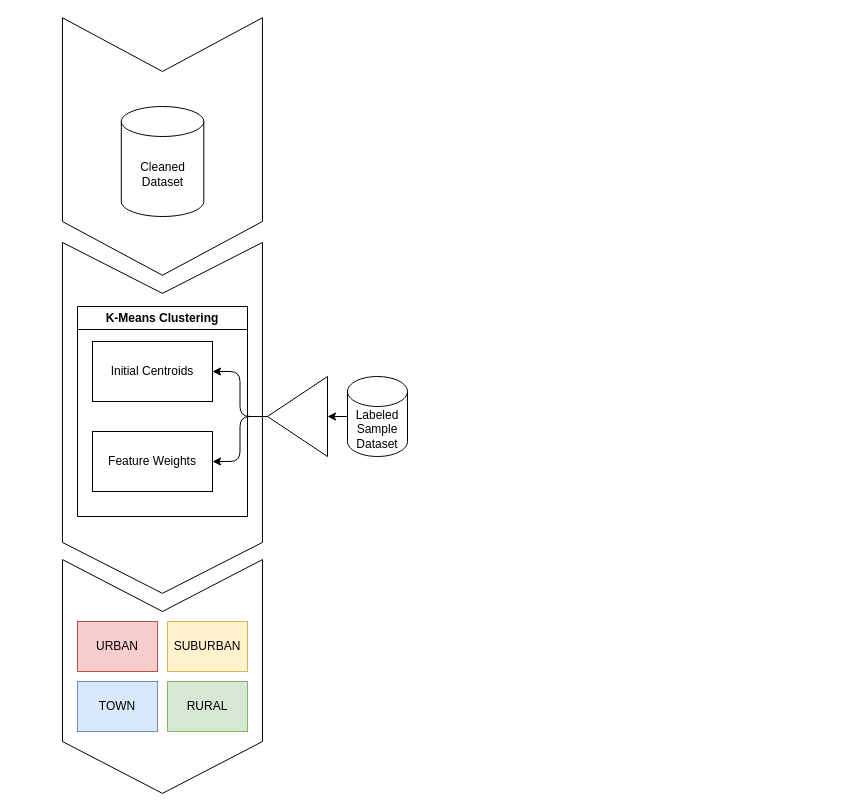
The draw.io diagram Thesis/Text/Diagrams/drawio/implementation/clustering_pipeline.drawio in NeYoNmoos/FHV-Infeo_Bachelor_Thesis, before the edit. Source tidied: cells renumbered, new cells numbered last; positions are measured from the earlier drawing's top-left corner, leaving out a move shared by most shapes. Both pictures are drawn from the tidied source at 100%, with x=0, y=0 at pixel (-13, 46).
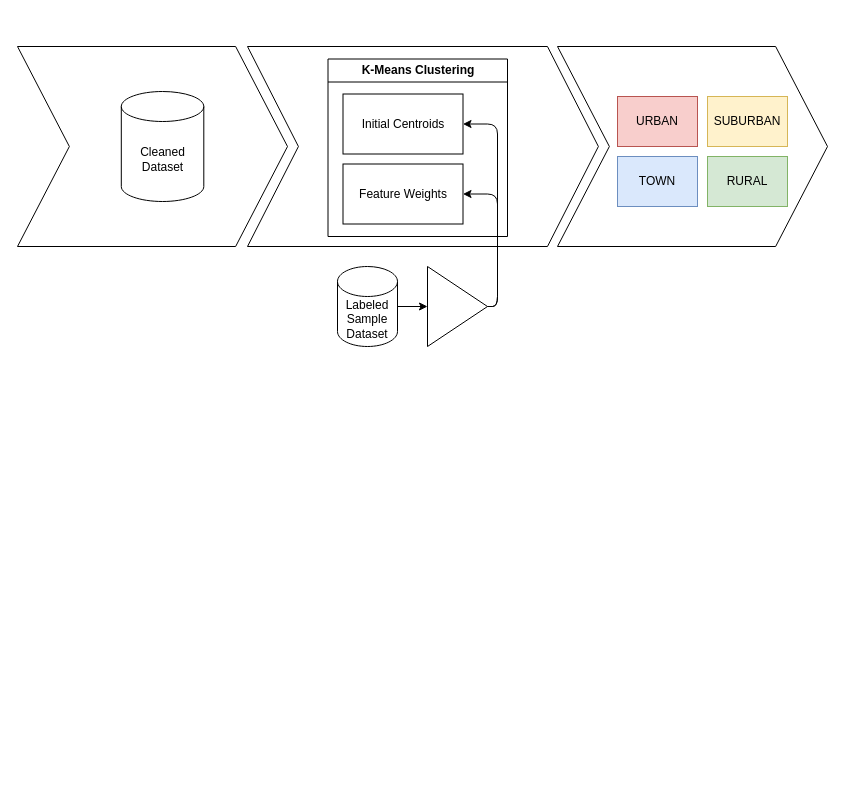
Above is the later version.

What changed in the source:
```diff
@@
 <mxGraphModel>
   <root>
     <mxCell id="0" />
     <mxCell id="1" parent="0" />
-    <mxCell id="2" style="shape=step;perimeter=stepPerimeter;whiteSpace=wrap;html=1;fixedSize=1;rotation=90;size=50.930000000000064;fillColor=none;fontStyle=1;" parent="1" vertex="1">
-      <mxGeometry x="-0.5" y="271.4" width="350.9" height="200" as="geometry" />
+    <mxCell id="2" style="shape=step;perimeter=stepPerimeter;whiteSpace=wrap;html=1;fixedSize=1;rotation=0;size=50.930000000000064;fillColor=none;fontStyle=1;" parent="1" vertex="1">
+      <mxGeometry x="260" width="350.9" height="200" as="geometry" />
     </mxCell>
     <mxCell id="3" value="K-Means Clustering" style="swimlane;whiteSpace=wrap;html=1;" parent="1" vertex="1">
-      <mxGeometry x="90" y="260" width="170" height="210" as="geometry" />
+      <mxGeometry x="340.5" y="12.5" width="179.5" height="177.5" as="geometry" />
     </mxCell>
     <mxCell id="4" value="Feature Weights" style="rounded=0;whiteSpace=wrap;html=1;" parent="3" vertex="1">
-      <mxGeometry x="15" y="125" width="120" height="60" as="geometry" />
+      <mxGeometry x="15" y="105" width="120" height="60" as="geometry" />
     </mxCell>
     <mxCell id="5" value="Initial Centroids" style="rounded=0;whiteSpace=wrap;html=1;" parent="3" vertex="1">
       <mxGeometry x="15" y="35" width="120" height="60" as="geometry" />
     </mxCell>
-    <mxCell id="6" style="shape=step;perimeter=stepPerimeter;whiteSpace=wrap;html=1;fixedSize=1;rotation=90;size=53.75;fillColor=none;fontStyle=1;" parent="1" vertex="1">
-      <mxGeometry x="46.2" width="257.5" height="200" as="geometry" />
-    </mxCell>
-    <mxCell id="7" style="shape=step;perimeter=stepPerimeter;whiteSpace=wrap;html=1;fixedSize=1;rotation=90;size=51.86999999999989;fillColor=none;fontStyle=1;" parent="1" vertex="1">
-      <mxGeometry x="58.1" y="530" width="233.8" height="200" as="geometry" />
+    <mxCell id="7" style="shape=step;perimeter=stepPerimeter;whiteSpace=wrap;html=1;fixedSize=1;rotation=0;size=51.86999999999989;fillColor=none;fontStyle=1;" parent="1" vertex="1">
+      <mxGeometry x="570" width="270" height="200" as="geometry" />
     </mxCell>
     <mxCell id="8" style="edgeStyle=none;html=1;exitX=0;exitY=0.5;exitDx=0;exitDy=0;exitPerimeter=0;entryX=0;entryY=0.5;entryDx=0;entryDy=0;" parent="1" edge="1" source="9" target="12">
       <mxGeometry relative="1" as="geometry" />
     </mxCell>
     <mxCell id="9" value="Labeled&lt;div&gt;Sample&lt;/div&gt;&lt;div&gt;Dataset&lt;/div&gt;" style="shape=cylinder3;whiteSpace=wrap;html=1;boundedLbl=1;backgroundOutline=1;size=15;" parent="1" vertex="1">
-      <mxGeometry x="360" y="330" width="60" height="80" as="geometry" />
+      <mxGeometry x="350" y="220" width="60" height="80" as="geometry" />
     </mxCell>
     <mxCell id="10" style="edgeStyle=orthogonalEdgeStyle;html=1;exitX=1;exitY=0.5;exitDx=0;exitDy=0;entryX=1;entryY=0.5;entryDx=0;entryDy=0;" parent="1" edge="1" source="12" target="5">
       <mxGeometry relative="1" as="geometry" />
     </mxCell>
     <mxCell id="11" style="edgeStyle=orthogonalEdgeStyle;html=1;exitX=1;exitY=0.5;exitDx=0;exitDy=0;entryX=1;entryY=0.5;entryDx=0;entryDy=0;" parent="1" edge="1" source="12" target="4">
       <mxGeometry relative="1" as="geometry" />
     </mxCell>
-    <mxCell id="12" style="triangle;whiteSpace=wrap;html=1;rotation=-180;" parent="1" vertex="1">
-      <mxGeometry x="280" y="330" width="60" height="80" as="geometry" />
+    <mxCell id="12" style="triangle;whiteSpace=wrap;html=1;rotation=0;" parent="1" vertex="1">
+      <mxGeometry x="440" y="220" width="60" height="80" as="geometry" />
     </mxCell>
     <mxCell id="13" value="Cleaned&lt;div&gt;Dataset&lt;/div&gt;" style="shape=cylinder3;whiteSpace=wrap;html=1;boundedLbl=1;backgroundOutline=1;size=15;" parent="1" vertex="1">
-      <mxGeometry x="133.8" y="60" width="82.5" height="110" as="geometry" />
+      <mxGeometry x="133.8" y="45" width="82.5" height="110" as="geometry" />
     </mxCell>
     <mxCell id="14" value="URBAN" style="rounded=0;whiteSpace=wrap;html=1;fillColor=#f8cecc;strokeColor=#b85450;" parent="1" vertex="1">
-      <mxGeometry x="90" y="575" width="80" height="50" as="geometry" />
+      <mxGeometry x="630" y="50" width="80" height="50" as="geometry" />
     </mxCell>
     <mxCell id="15" value="SUBURBAN" style="rounded=0;whiteSpace=wrap;html=1;fillColor=#fff2cc;strokeColor=#d6b656;" parent="1" vertex="1">
-      <mxGeometry x="180" y="575" width="80" height="50" as="geometry" />
+      <mxGeometry x="720" y="50" width="80" height="50" as="geometry" />
     </mxCell>
     <mxCell id="16" value="TOWN" style="rounded=0;whiteSpace=wrap;html=1;fillColor=#dae8fc;strokeColor=#6c8ebf;" parent="1" vertex="1">
-      <mxGeometry x="90" y="635" width="80" height="50" as="geometry" />
+      <mxGeometry x="630" y="110" width="80" height="50" as="geometry" />
     </mxCell>
+    <mxCell id="18" style="shape=step;perimeter=stepPerimeter;whiteSpace=wrap;html=1;fixedSize=1;rotation=0;size=51.86999999999989;fillColor=none;fontStyle=1;" parent="1" vertex="1">
+      <mxGeometry x="30" width="270" height="200" as="geometry" />
+    </mxCell>
     <mxCell id="17" value="RURAL" style="rounded=0;whiteSpace=wrap;html=1;fillColor=#d5e8d4;strokeColor=#82b366;" parent="1" vertex="1">
-      <mxGeometry x="180" y="635" width="80" height="50" as="geometry" />
+      <mxGeometry x="720" y="110" width="80" height="50" as="geometry" />
     </mxCell>
   </root>
 </mxGraphModel>
```
